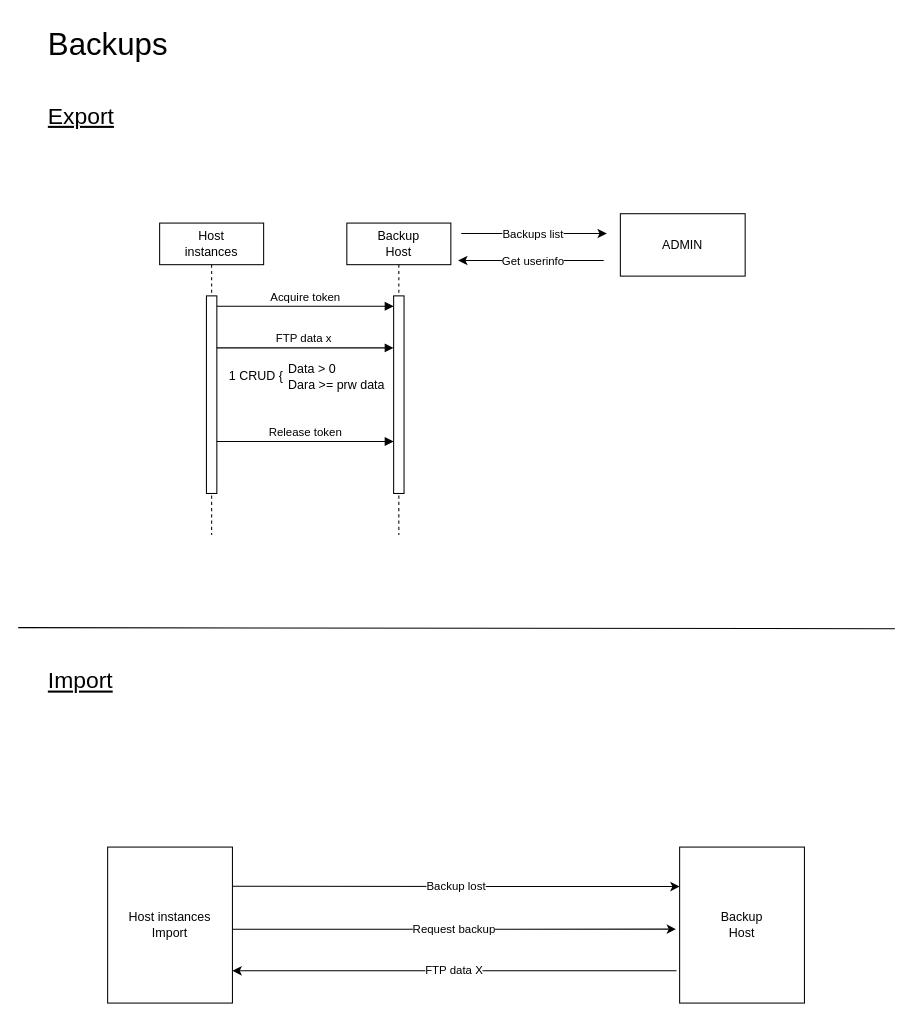
Before: doc/Backups.drawio in yesbabylon/b2, a draw.io diagram. Source tidied: cells renumbered, new cells numbered last; positions are measured from the earlier drawing's top-left corner, leaving out a move shared by most shapes. Both pictures are drawn from the tidied source at 104%, with x=0, y=0 at pixel (18, 18).
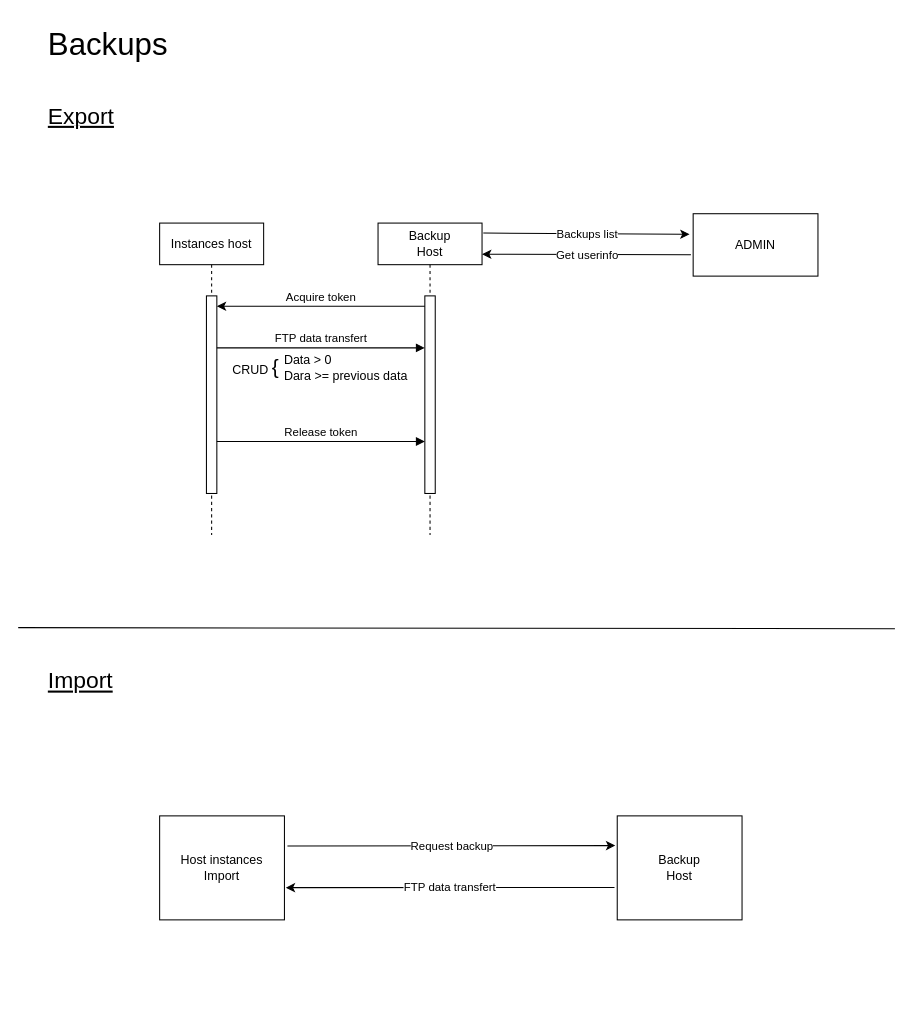
The same page after the edit.

The change refers to these unchanged cells:
```xml
<mxCell id="3" style="html=1;points=[];perimeter=orthogonalPerimeter;outlineConnect=0;targetShapes=umlLifeline;portConstraint=eastwest;newEdgeStyle={&quot;edgeStyle&quot;:&quot;elbowEdgeStyle&quot;,&quot;elbow&quot;:&quot;vertical&quot;,&quot;curved&quot;:0,&quot;rounded&quot;:0};" parent="2" vertex="1">
  <mxGeometry x="45" y="70" width="10" height="190" as="geometry" />
</mxCell>
<mxCell id="5" style="html=1;points=[];perimeter=orthogonalPerimeter;outlineConnect=0;targetShapes=umlLifeline;portConstraint=eastwest;newEdgeStyle={&quot;edgeStyle&quot;:&quot;elbowEdgeStyle&quot;,&quot;elbow&quot;:&quot;vertical&quot;,&quot;curved&quot;:0,&quot;rounded&quot;:0};" parent="4" vertex="1">
  <mxGeometry x="45" y="70" width="10" height="190" as="geometry" />
</mxCell>
```

What changed in the source:
```diff
@@
-    <mxCell id="2" value="Host&lt;br&gt;instances" style="shape=umlLifeline;perimeter=lifelinePerimeter;whiteSpace=wrap;html=1;newEdgeStyle={&quot;edgeStyle&quot;:&quot;elbowEdgeStyle&quot;,&quot;elbow&quot;:&quot;vertical&quot;,&quot;curved&quot;:0,&quot;rounded&quot;:0};" parent="1" vertex="1">
+    <mxCell id="2" value="Instances host" style="shape=umlLifeline;perimeter=lifelinePerimeter;whiteSpace=wrap;html=1;newEdgeStyle={&quot;edgeStyle&quot;:&quot;elbowEdgeStyle&quot;,&quot;elbow&quot;:&quot;vertical&quot;,&quot;curved&quot;:0,&quot;rounded&quot;:0};" parent="1" vertex="1">
       <mxGeometry x="136" y="197" width="100" height="300" as="geometry" />
     </mxCell>
@@
     <mxCell id="4" value="Backup&lt;br&gt;Host" style="shape=umlLifeline;perimeter=lifelinePerimeter;whiteSpace=wrap;html=1;outlineConnect=0;portConstraint=eastwest;newEdgeStyle={&quot;edgeStyle&quot;:&quot;elbowEdgeStyle&quot;,&quot;elbow&quot;:&quot;vertical&quot;,&quot;curved&quot;:0,&quot;rounded&quot;:0};" parent="1" vertex="1">
-      <mxGeometry x="316" y="197" width="100" height="300" as="geometry" />
+      <mxGeometry x="346" y="197" width="100" height="300" as="geometry" />
     </mxCell>
@@
-    <mxCell id="6" value="Acquire token" style="html=1;verticalAlign=bottom;endArrow=block;edgeStyle=elbowEdgeStyle;elbow=vertical;curved=0;rounded=0;" parent="1" edge="1" source="3" target="5">
+    <mxCell id="6" value="Acquire token" style="html=1;verticalAlign=bottom;endArrow=none;edgeStyle=elbowEdgeStyle;elbow=vertical;curved=0;rounded=0;startArrow=classic;startFill=1;endFill=0;" parent="1" edge="1" source="3" target="5">
       <mxGeometry relative="1" as="geometry">
         <Array as="points">
           <mxPoint x="276" y="277" />
         </Array>
       </mxGeometry>
     </mxCell>
-    <mxCell id="7" value="FTP data x&amp;nbsp;" style="html=1;verticalAlign=bottom;endArrow=block;edgeStyle=elbowEdgeStyle;elbow=vertical;curved=0;rounded=0;" parent="1" edge="1">
+    <mxCell id="7" value="FTP data transfert" style="html=1;verticalAlign=bottom;endArrow=block;edgeStyle=elbowEdgeStyle;elbow=vertical;curved=0;rounded=0;" parent="1" edge="1" target="5">
       <mxGeometry relative="1" as="geometry">
         <mxPoint x="191" y="317" as="sourcePoint" />
-        <mxPoint x="361" y="317" as="targetPoint" />
         <Array as="points">
           <mxPoint x="276" y="317" />
         </Array>
       </mxGeometry>
     </mxCell>
-    <mxCell id="8" value="1 CRUD {" style="text;html=1;align=right;verticalAlign=middle;strokeColor=none;fillColor=none;" parent="1" vertex="1">
-      <mxGeometry x="176" y="329" width="80" height="30" as="geometry" />
+    <mxCell id="8" value="CRUD &lt;font style=&quot;font-size: 20px;&quot;&gt;{&lt;/font&gt;" style="text;html=1;align=right;verticalAlign=middle;strokeColor=none;fillColor=none;" parent="1" vertex="1">
+      <mxGeometry x="182" y="315" width="70" height="40" as="geometry" />
     </mxCell>
-    <mxCell id="9" value="Data &amp;gt; 0&lt;br&gt;&lt;div style=&quot;&quot;&gt;&lt;span style=&quot;background-color: initial;&quot;&gt;Dara &amp;gt;= prw data&lt;/span&gt;&lt;/div&gt;" style="text;html=1;align=left;verticalAlign=middle;strokeColor=none;fillColor=none;" parent="1" vertex="1">
-      <mxGeometry x="258" y="325" width="120" height="40" as="geometry" />
+    <mxCell id="9" value="Data &amp;gt; 0&lt;br&gt;&lt;div style=&quot;&quot;&gt;&lt;span style=&quot;background-color: initial;&quot;&gt;Dara &amp;gt;= previous data&lt;/span&gt;&lt;/div&gt;" style="text;html=1;align=left;verticalAlign=middle;strokeColor=none;fillColor=none;" parent="1" vertex="1">
+      <mxGeometry x="254" y="316" width="140" height="40" as="geometry" />
     </mxCell>
-    <mxCell id="10" value="Release token" style="html=1;verticalAlign=bottom;endArrow=block;edgeStyle=elbowEdgeStyle;elbow=vertical;curved=0;rounded=0;" parent="1" edge="1">
+    <mxCell id="10" value="Release token" style="html=1;verticalAlign=bottom;endArrow=block;edgeStyle=elbowEdgeStyle;elbow=vertical;curved=0;rounded=0;" parent="1" edge="1" target="5">
       <mxGeometry relative="1" as="geometry">
         <mxPoint x="191" y="407" as="sourcePoint" />
-        <mxPoint x="361" y="407" as="targetPoint" />
         <Array as="points">
           <mxPoint x="276" y="407" />
         </Array>
       </mxGeometry>
     </mxCell>
     <mxCell id="11" value="ADMIN" style="whiteSpace=wrap;html=1;" parent="1" vertex="1">
-      <mxGeometry x="579" y="188" width="120" height="60" as="geometry" />
+      <mxGeometry x="649" y="188" width="120" height="60" as="geometry" />
     </mxCell>
-    <mxCell id="12" style="edgeStyle=none;orthogonalLoop=1;jettySize=auto;html=1;rounded=0;" parent="1" edge="1">
-      <mxGeometry relative="1" as="geometry">
-        <mxPoint x="426" y="207" as="sourcePoint" />
-        <mxPoint x="566" y="207" as="targetPoint" />
-      </mxGeometry>
+    <mxCell id="12" style="edgeStyle=none;jettySize=auto;html=1;rounded=0;exitX=1.012;exitY=0.032;exitDx=0;exitDy=0;exitPerimeter=0;entryX=-0.029;entryY=0.33;entryDx=0;entryDy=0;entryPerimeter=0;" parent="1" edge="1" source="4" target="11">
+      <mxGeometry relative="1" as="geometry" />
     </mxCell>
     <mxCell id="13" value="Backups list" style="edgeLabel;html=1;align=center;verticalAlign=middle;" parent="12" vertex="1">
-      <mxGeometry x="-0.03" relative="1" as="geometry" />
+      <mxGeometry x="-0.03" relative="1" as="geometry">
+        <mxPoint x="3" as="offset" />
+      </mxGeometry>
     </mxCell>
-    <mxCell id="14" style="edgeStyle=none;orthogonalLoop=1;jettySize=auto;html=1;rounded=0;" parent="1" edge="1">
-      <mxGeometry relative="1" as="geometry">
-        <mxPoint x="563" y="233" as="sourcePoint" />
-        <mxPoint x="423" y="233" as="targetPoint" />
-      </mxGeometry>
+    <mxCell id="14" style="edgeStyle=none;jettySize=auto;html=1;rounded=0;exitX=-0.018;exitY=0.658;exitDx=0;exitDy=0;exitPerimeter=0;entryX=1;entryY=0.1;entryDx=0;entryDy=0;entryPerimeter=0;" parent="1" edge="1" source="11" target="4">
+      <mxGeometry relative="1" as="geometry" />
     </mxCell>
     <mxCell id="15" value="Get userinfo" style="edgeLabel;html=1;align=center;verticalAlign=middle;" parent="14" vertex="1">
-      <mxGeometry x="-0.02" relative="1" as="geometry" />
+      <mxGeometry x="-0.02" relative="1" as="geometry">
+        <mxPoint x="-2" as="offset" />
+      </mxGeometry>
     </mxCell>
@@
     <mxCell id="19" value="Host instances&lt;br&gt;Import" style="whiteSpace=wrap;html=1;" parent="1" vertex="1">
-      <mxGeometry x="86" y="797" width="120" height="150" as="geometry" />
+      <mxGeometry x="136" y="767" width="120" height="100" as="geometry" />
     </mxCell>
     <mxCell id="20" value="Backup&lt;br&gt;Host" style="whiteSpace=wrap;html=1;" parent="1" vertex="1">
-      <mxGeometry x="636" y="797" width="120" height="150" as="geometry" />
+      <mxGeometry x="576" y="767" width="120" height="100" as="geometry" />
     </mxCell>
-    <mxCell id="21" value="Backup lost" style="edgeStyle=none;orthogonalLoop=1;jettySize=auto;html=1;rounded=0;exitX=0.997;exitY=0.151;exitDx=0;exitDy=0;exitPerimeter=0;" parent="1" edge="1">
-      <mxGeometry relative="1" as="geometry">
-        <mxPoint x="205.6" y="834.6" as="sourcePoint" />
-        <mxPoint x="636" y="835" as="targetPoint" />
-      </mxGeometry>
-    </mxCell>
-    <mxCell id="22" value="Request backup" style="edgeStyle=none;orthogonalLoop=1;jettySize=auto;html=1;rounded=0;exitX=0.997;exitY=0.151;exitDx=0;exitDy=0;exitPerimeter=0;entryX=-0.029;entryY=0.459;entryDx=0;entryDy=0;entryPerimeter=0;" parent="1" edge="1">
-      <mxGeometry relative="1" as="geometry">
-        <mxPoint x="206" y="876" as="sourcePoint" />
-        <mxPoint x="632.5" y="875.9" as="targetPoint" />
-      </mxGeometry>
+    <mxCell id="22" value="Request backup" style="edgeStyle=none;jettySize=auto;html=1;rounded=0;exitX=1.024;exitY=0.29;exitDx=0;exitDy=0;exitPerimeter=0;entryX=-0.016;entryY=0.286;entryDx=0;entryDy=0;entryPerimeter=0;" parent="1" edge="1" source="19" target="20">
+      <mxGeometry relative="1" as="geometry" />
     </mxCell>
-    <mxCell id="23" value="FTP data X" style="edgeStyle=none;orthogonalLoop=1;jettySize=auto;html=1;rounded=0;exitX=0.997;exitY=0.151;exitDx=0;exitDy=0;exitPerimeter=0;entryX=-0.029;entryY=0.459;entryDx=0;entryDy=0;entryPerimeter=0;" parent="1" edge="1">
-      <mxGeometry relative="1" as="geometry">
-        <mxPoint x="633" y="916" as="sourcePoint" />
-        <mxPoint x="206" y="916" as="targetPoint" />
-      </mxGeometry>
+    <mxCell id="23" value="FTP data transfert" style="edgeStyle=none;jettySize=auto;html=1;rounded=0;exitX=-0.022;exitY=0.688;exitDx=0;exitDy=0;exitPerimeter=0;entryX=1.011;entryY=0.69;entryDx=0;entryDy=0;entryPerimeter=0;" parent="1" edge="1" source="20" target="19">
+      <mxGeometry relative="1" as="geometry" />
     </mxCell>
```
